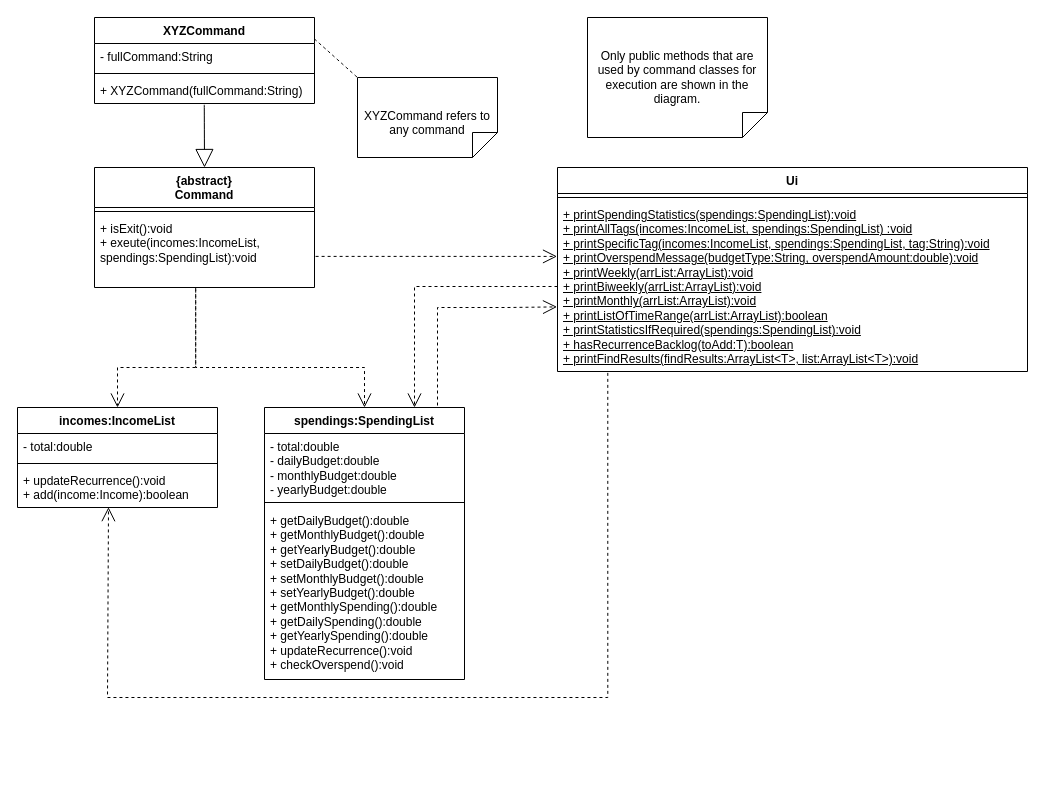
wongwh2002/CS2113TeamProject keeps this draw.io diagram as docs/Diagrams/Commands/commandCD.drawio. Above is the earlier version. Source tidied: cells renumbered, new cells numbered last; positions are measured from the earlier drawing's top-left corner, leaving out a move shared by most shapes. Both pictures are drawn from the tidied source at 100%, with x=0, y=0 at pixel (17, 17).
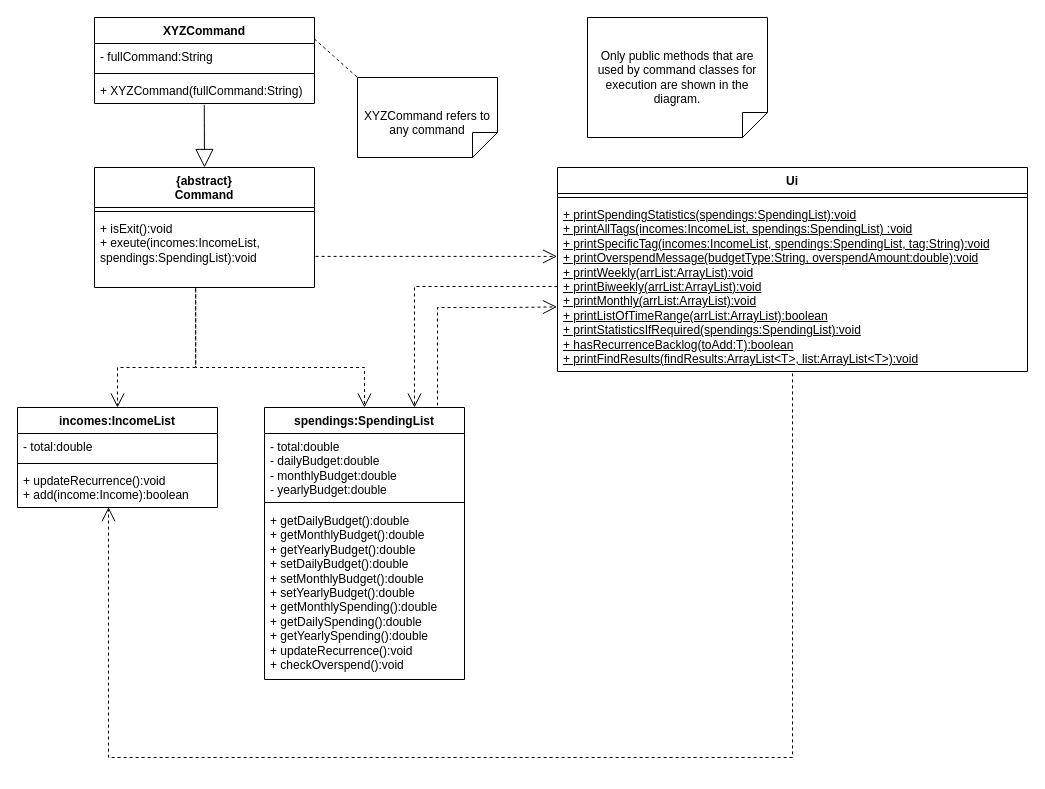
After the change.

The change refers to these unchanged cells:
```xml
<mxCell id="16" value="&lt;u&gt;+ printSpendingStatistics(spendings:SpendingList):void&lt;/u&gt;&lt;div&gt;&lt;u&gt;+ printAllTags(incomes:IncomeList, spendings:SpendingList) :void&lt;/u&gt;&lt;/div&gt;&lt;div&gt;&lt;u&gt;+ printSpecificTag(incomes:IncomeList, spendings:SpendingList, tag:String):void&lt;/u&gt;&lt;/div&gt;&lt;div&gt;&lt;u&gt;+ printOverspendMessage(budgetType:String, overspendAmount:double):void&lt;/u&gt;&lt;/div&gt;&lt;div&gt;&lt;u&gt;+ printWeekly(arrList:ArrayList):void&lt;/u&gt;&lt;/div&gt;&lt;div&gt;&lt;u&gt;+ printBiweekly(arrList:ArrayList):void&lt;/u&gt;&lt;u&gt;&lt;br&gt;&lt;/u&gt;&lt;/div&gt;&lt;div&gt;&lt;u&gt;+ printMonthly(arrList:ArrayList):void&lt;/u&gt;&lt;u&gt;&lt;br&gt;&lt;/u&gt;&lt;/div&gt;&lt;div&gt;&lt;u&gt;+ printListOfTimeRange(arrList:ArrayList):boolean&lt;/u&gt;&lt;u&gt;&lt;br&gt;&lt;/u&gt;&lt;/div&gt;&lt;div&gt;&lt;u&gt;+ printStatisticsIfRequired(spendings:SpendingList):void&lt;/u&gt;&lt;/div&gt;&lt;div&gt;&lt;u&gt;+ hasRecurrenceBacklog(toAdd:T):boolean&lt;/u&gt;&lt;/div&gt;&lt;div&gt;&lt;u&gt;+ printFindResults(findResults:ArrayList&amp;lt;T&amp;gt;, list:ArrayList&amp;lt;T&amp;gt;):void&lt;/u&gt;&lt;/div&gt;" style="text;strokeColor=none;fillColor=none;align=left;verticalAlign=top;spacingLeft=4;spacingRight=4;overflow=hidden;points=[[0,0.5],[1,0.5]];portConstraint=eastwest;whiteSpace=wrap;html=1;" parent="14" vertex="1">
  <mxGeometry y="34" width="470" height="170" as="geometry" />
</mxCell>
<mxCell id="29" value="+ updateRecurrence():void&lt;div&gt;+ add(income:Income):boolean&lt;br&gt;&lt;div&gt;&lt;br&gt;&lt;/div&gt;&lt;/div&gt;" style="text;strokeColor=none;fillColor=none;align=left;verticalAlign=top;spacingLeft=4;spacingRight=4;overflow=hidden;points=[[0,0.5],[1,0.5]];portConstraint=eastwest;whiteSpace=wrap;html=1;" parent="26" vertex="1">
  <mxGeometry y="60" width="200" height="40" as="geometry" />
</mxCell>
```

Diff of the diagram source:
```diff
@@
-    <mxCell id="22" style="endArrow=open;endSize=12;dashed=1;html=1;rounded=0;fontSize=12;exitX=0.107;exitY=1.008;exitDx=0;exitDy=0;exitPerimeter=0;edgeStyle=orthogonalEdgeStyle;entryX=0.455;entryY=0.992;entryDx=0;entryDy=0;entryPerimeter=0;" parent="1" edge="1" source="16" target="29">
+    <mxCell id="22" style="endArrow=open;endSize=12;dashed=1;html=1;rounded=0;fontSize=12;exitX=0.5;exitY=1.011;exitDx=0;exitDy=0;exitPerimeter=0;entryX=0.455;entryY=0.992;entryDx=0;entryDy=0;entryPerimeter=0;edgeStyle=orthogonalEdgeStyle;" parent="1" edge="1" source="16" target="29">
       <mxGeometry relative="1" as="geometry">
         <Array as="points">
-          <mxPoint x="590" y="680" />
-          <mxPoint x="90" y="680" />
-          <mxPoint x="90" y="490" />
+          <mxPoint x="775" y="740" />
+          <mxPoint x="91" y="740" />
         </Array>
       </mxGeometry>
     </mxCell>
```
